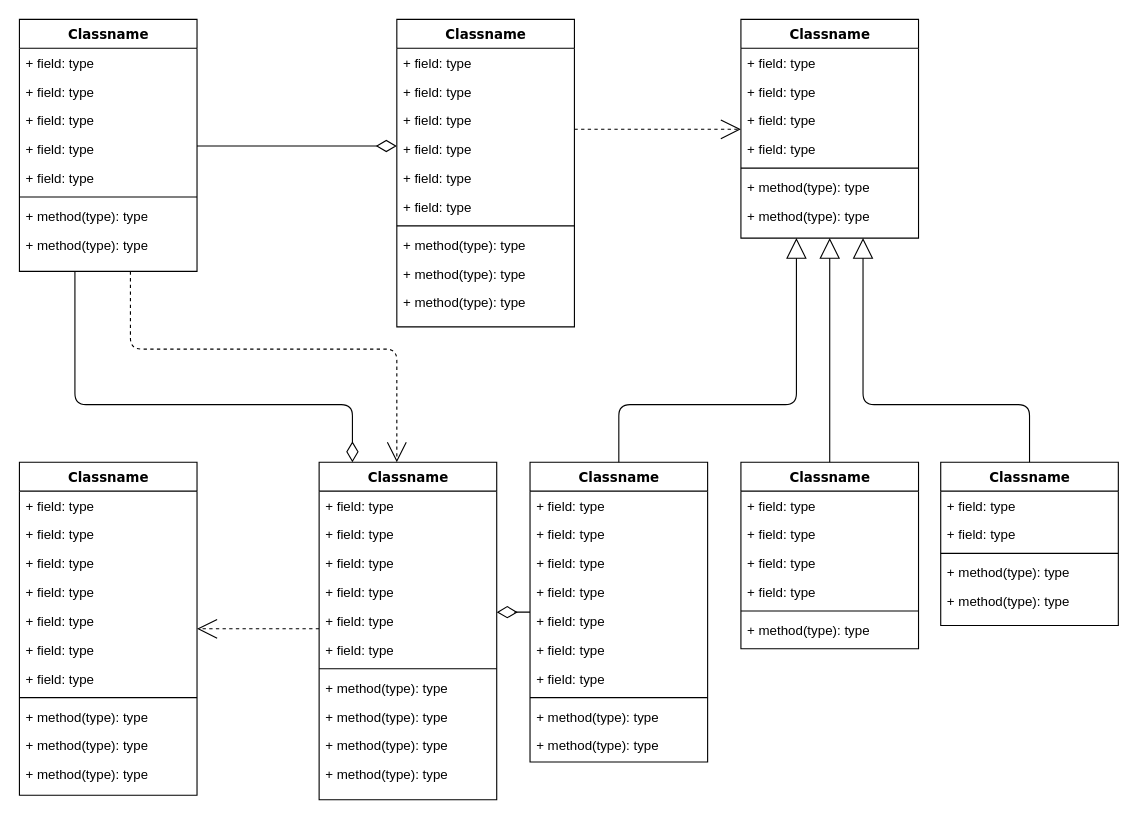
Above: Untitled Diagram.drawio in AlexanderLugovsky/Diagram (draw.io), before the change. Source tidied: cells renumbered, new cells numbered last; positions are measured from the earlier drawing's top-left corner, leaving out a move shared by most shapes. Both pictures are drawn from the tidied source at 111%, with x=0, y=0 at pixel (19, 19).
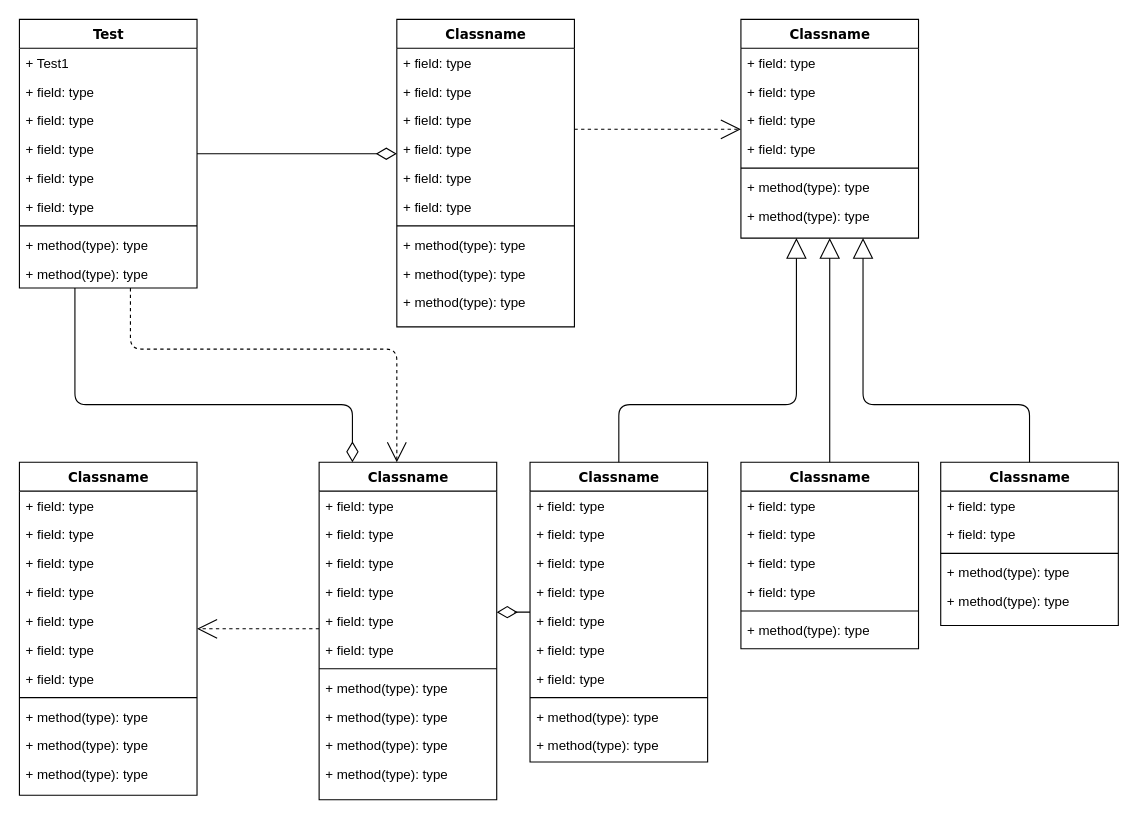
The same diagram, later.

What changed in the source:
```diff
@@
-    <mxCell id="4" value="Classname" style="swimlane;html=1;fontStyle=1;align=center;verticalAlign=top;horizontal=1;startSize=26;swimlaneFillColor=#ffffff;rounded=0;shadow=0;comic=0;labelBackgroundColor=none;strokeWidth=1;fillColor=none;fontFamily=Verdana;fontSize=12;" parent="1" vertex="1">
-      <mxGeometry width="160" height="227" as="geometry" />
+    <mxCell id="4" value="Test" style="swimlane;html=1;fontStyle=1;align=center;verticalAlign=top;horizontal=1;startSize=26;swimlaneFillColor=#ffffff;rounded=0;shadow=0;comic=0;labelBackgroundColor=none;strokeWidth=1;fillColor=none;fontFamily=Verdana;fontSize=12;" parent="1" vertex="1">
+      <mxGeometry width="160" height="242" as="geometry" />
     </mxCell>
-    <mxCell id="5" value="+ field: type" style="text;html=1;strokeColor=none;fillColor=none;align=left;verticalAlign=top;spacingLeft=4;spacingRight=4;whiteSpace=wrap;overflow=hidden;" parent="4" vertex="1">
+    <mxCell id="5" value="+ Test1" style="text;html=1;strokeColor=none;fillColor=none;align=left;verticalAlign=top;spacingLeft=4;spacingRight=4;whiteSpace=wrap;overflow=hidden;" parent="4" vertex="1">
       <mxGeometry y="26" width="160" height="26" as="geometry" />
     </mxCell>
+    <mxCell id="87" value="+ field: type" style="text;html=1;strokeColor=none;fillColor=none;align=left;verticalAlign=top;spacingLeft=4;spacingRight=4;whiteSpace=wrap;overflow=hidden;" parent="4" vertex="1">
+      <mxGeometry y="52" width="160" height="26" as="geometry" />
+    </mxCell>
     <mxCell id="6" value="+ field: type" style="text;html=1;strokeColor=none;fillColor=none;align=left;verticalAlign=top;spacingLeft=4;spacingRight=4;whiteSpace=wrap;overflow=hidden;" parent="4" vertex="1">
-      <mxGeometry y="52" width="160" height="26" as="geometry" />
+      <mxGeometry y="78" width="160" height="26" as="geometry" />
     </mxCell>
     <mxCell id="7" value="+ field: type" style="text;html=1;strokeColor=none;fillColor=none;align=left;verticalAlign=top;spacingLeft=4;spacingRight=4;whiteSpace=wrap;overflow=hidden;" parent="4" vertex="1">
-      <mxGeometry y="78" width="160" height="26" as="geometry" />
+      <mxGeometry y="104" width="160" height="26" as="geometry" />
     </mxCell>
     <mxCell id="8" value="+ field: type" style="text;html=1;strokeColor=none;fillColor=none;align=left;verticalAlign=top;spacingLeft=4;spacingRight=4;whiteSpace=wrap;overflow=hidden;" parent="4" vertex="1">
-      <mxGeometry y="104" width="160" height="26" as="geometry" />
+      <mxGeometry y="130" width="160" height="26" as="geometry" />
     </mxCell>
     <mxCell id="9" value="+ field: type" style="text;html=1;strokeColor=none;fillColor=none;align=left;verticalAlign=top;spacingLeft=4;spacingRight=4;whiteSpace=wrap;overflow=hidden;" parent="4" vertex="1">
-      <mxGeometry y="130" width="160" height="26" as="geometry" />
+      <mxGeometry y="156" width="160" height="26" as="geometry" />
     </mxCell>
     <mxCell id="10" style="line;html=1;strokeWidth=1;fillColor=none;align=left;verticalAlign=middle;spacingTop=-1;spacingLeft=3;spacingRight=3;labelPosition=right;" parent="4" vertex="1">
-      <mxGeometry y="156" width="160" height="8" as="geometry" />
+      <mxGeometry y="182" width="160" height="8" as="geometry" />
     </mxCell>
     <mxCell id="11" value="+ method(type): type" style="text;html=1;strokeColor=none;fillColor=none;align=left;verticalAlign=top;spacingLeft=4;spacingRight=4;whiteSpace=wrap;overflow=hidden;" parent="4" vertex="1">
-      <mxGeometry y="164" width="160" height="26" as="geometry" />
+      <mxGeometry y="190" width="160" height="26" as="geometry" />
     </mxCell>
     <mxCell id="12" value="+ method(type): type" style="text;html=1;strokeColor=none;fillColor=none;align=left;verticalAlign=top;spacingLeft=4;spacingRight=4;whiteSpace=wrap;overflow=hidden;" parent="4" vertex="1">
-      <mxGeometry y="190" width="160" height="26" as="geometry" />
+      <mxGeometry y="216" width="160" height="26" as="geometry" />
     </mxCell>
```
